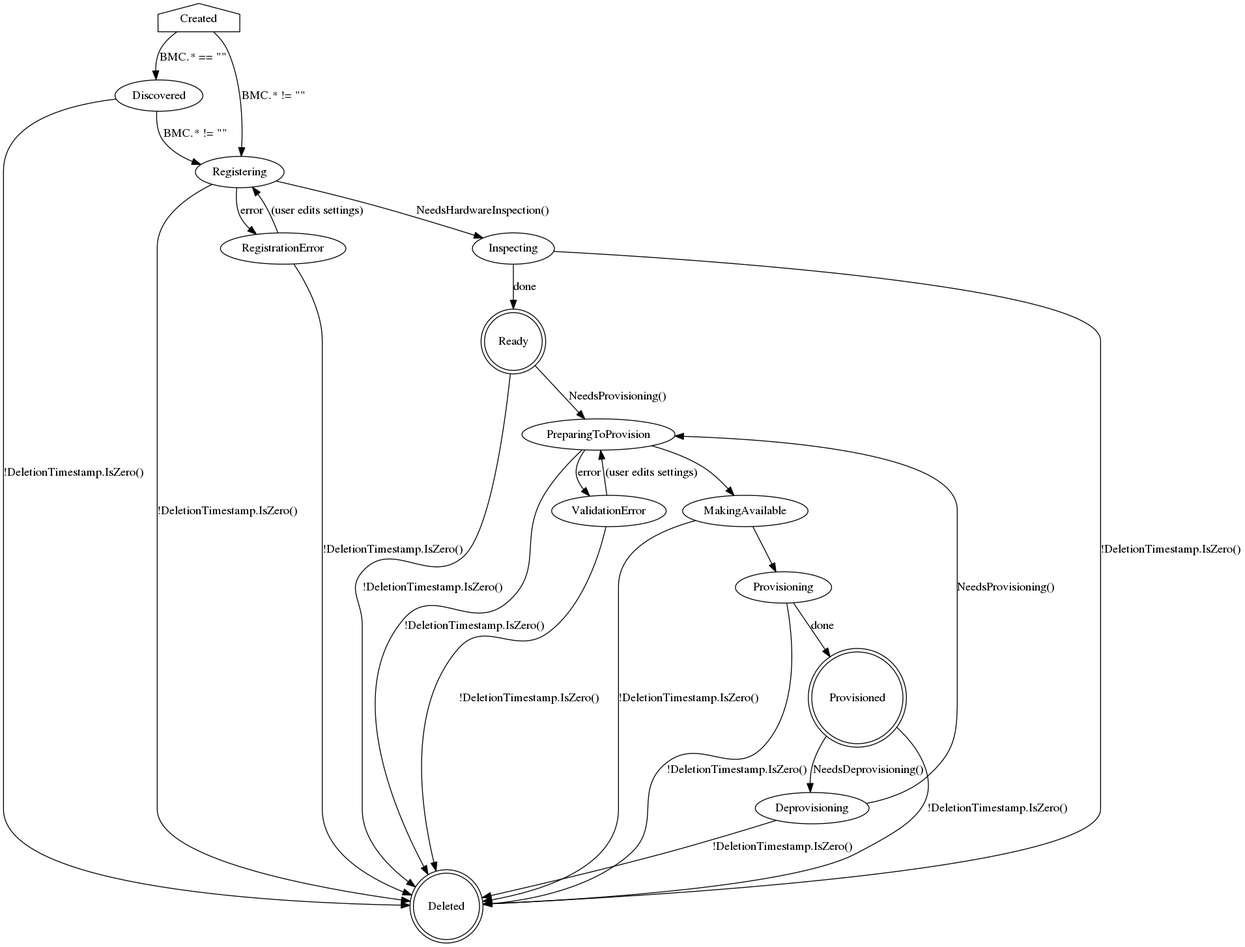
Above: docs/BaremetalHost_ProvisioningState.png in metal3-io/baremetal-operator (Graphviz), before the change. Its source is kept beside it as docs/BaremetalHost_ProvisioningState.dot.
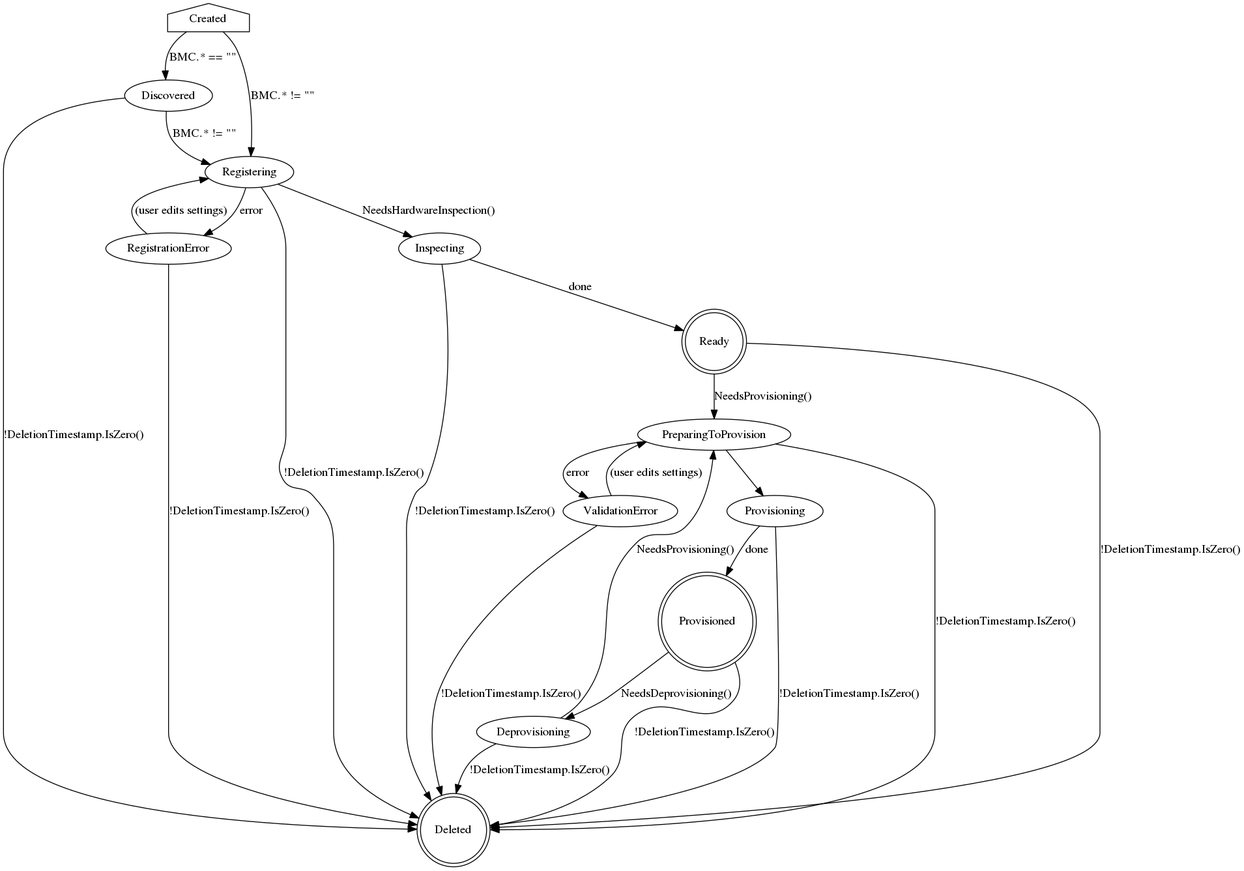
Later version of the same file.

Commit message:
remove makingavailable state

we do not intend to show the MakingAvailable state to users

What changed in the source:
```diff
@@ -21,14 +21,11 @@
     Ready -> Deleted [label="!DeletionTimestamp.IsZero()"]
 
     PreparingToProvision -> ValidationError [label=error]
-    PreparingToProvision -> MakingAvailable
+    PreparingToProvision -> Provisioning
     PreparingToProvision -> Deleted [label="!DeletionTimestamp.IsZero()"]
 
     ValidationError -> PreparingToProvision [label="(user edits settings)"]
     ValidationError -> Deleted [label="!DeletionTimestamp.IsZero()"]
-
-    MakingAvailable -> Provisioning
-    MakingAvailable -> Deleted [label="!DeletionTimestamp.IsZero()"]
 
     Provisioning -> Provisioned [label=done]
     Provisioning -> Deleted [label="!DeletionTimestamp.IsZero()"]
```
